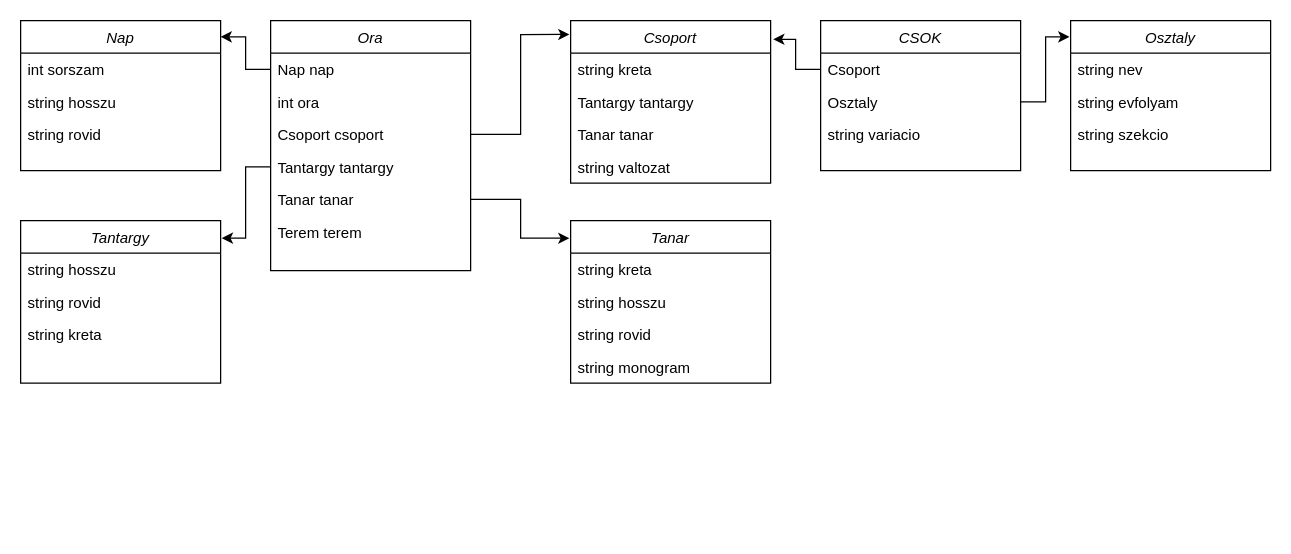
Earlier version of the draw.io diagram dbmodel.drawio (MolnAtt/szlgorarend). Source tidied: cells renumbered, new cells numbered last; positions are measured from the earlier drawing's top-left corner, leaving out a move shared by most shapes. Both pictures are drawn from the tidied source at 125%, with x=0, y=0 at pixel (20, 20).
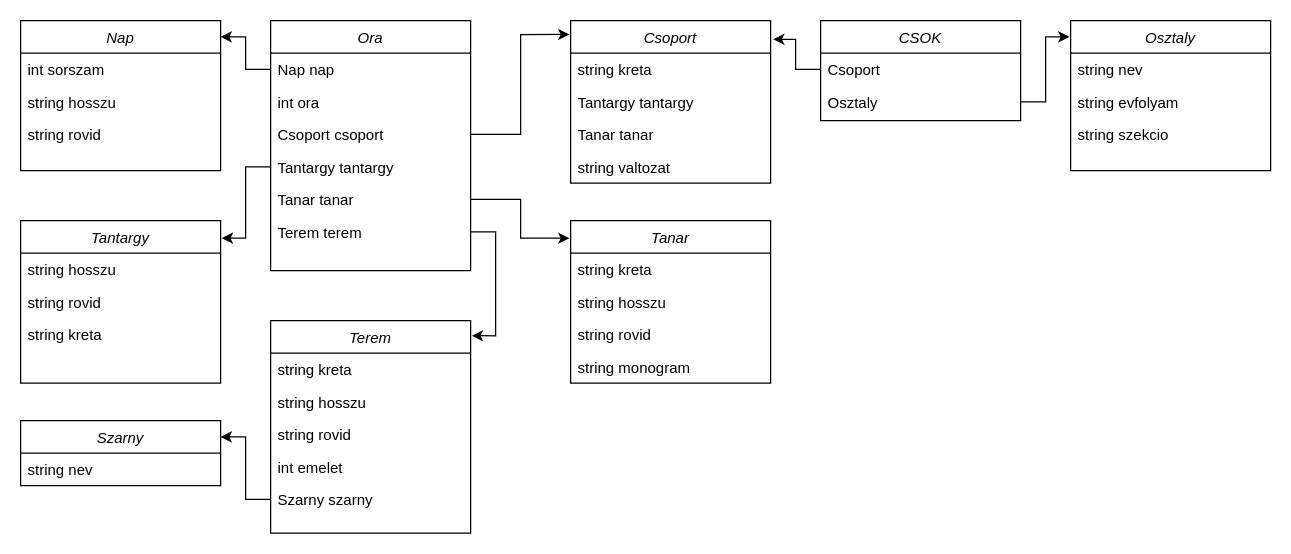
The same diagram, later.

Commit message:
terem és szarny

Unchanged cells that the change refers to:
```xml
<mxCell id="8" value="Terem terem&#10;" style="text;align=left;verticalAlign=top;spacingLeft=4;spacingRight=4;overflow=hidden;points=[[0,0.5],[1,0.5]];portConstraint=eastwest;rounded=0;shadow=0;html=0;" parent="2" vertex="1">
  <mxGeometry y="156" width="160" height="26" as="geometry" />
</mxCell>
```

Diff of the diagram source:
```diff
@@
     <mxCell id="34" value="CSOK" style="swimlane;fontStyle=2;align=center;verticalAlign=top;horizontal=1;startSize=26;rounded=0;shadow=0;strokeWidth=1;" parent="1" vertex="1">
-      <mxGeometry x="640" width="160" height="120" as="geometry" />
+      <mxGeometry x="640" width="160" height="80" as="geometry" />
     </mxCell>
@@
-    <mxCell id="37" value="string variacio" style="text;align=left;verticalAlign=top;spacingLeft=4;spacingRight=4;overflow=hidden;rounded=0;shadow=0;html=0;" parent="34" vertex="1">
-      <mxGeometry y="78" width="160" height="26" as="geometry" />
-    </mxCell>
@@
+    <mxCell id="41" value="Terem" style="swimlane;fontStyle=2;align=center;verticalAlign=top;horizontal=1;startSize=26;rounded=0;shadow=0;strokeWidth=1;" parent="1" vertex="1">
+      <mxGeometry x="200" y="240" width="160" height="170" as="geometry" />
+    </mxCell>
+    <mxCell id="42" value="string kreta" style="text;align=left;verticalAlign=top;spacingLeft=4;spacingRight=4;overflow=hidden;" parent="41" vertex="1">
+      <mxGeometry y="26" width="160" height="26" as="geometry" />
+    </mxCell>
+    <mxCell id="43" value="string hosszu" style="text;align=left;verticalAlign=top;spacingLeft=4;spacingRight=4;overflow=hidden;rounded=0;shadow=0;html=0;" parent="41" vertex="1">
+      <mxGeometry y="52" width="160" height="26" as="geometry" />
+    </mxCell>
+    <mxCell id="44" value="string rovid" style="text;align=left;verticalAlign=top;spacingLeft=4;spacingRight=4;overflow=hidden;rounded=0;shadow=0;html=0;" parent="41" vertex="1">
+      <mxGeometry y="78" width="160" height="26" as="geometry" />
+    </mxCell>
+    <mxCell id="45" value="int emelet" style="text;align=left;verticalAlign=top;spacingLeft=4;spacingRight=4;overflow=hidden;rounded=0;shadow=0;html=0;" parent="41" vertex="1">
+      <mxGeometry y="104" width="160" height="26" as="geometry" />
+    </mxCell>
+    <mxCell id="46" value="Szarny szarny" style="text;align=left;verticalAlign=top;spacingLeft=4;spacingRight=4;overflow=hidden;points=[[0,0.5],[1,0.5]];portConstraint=eastwest;rounded=0;shadow=0;html=0;" parent="41" vertex="1">
+      <mxGeometry y="130" width="160" height="26" as="geometry" />
+    </mxCell>
+    <mxCell id="47" value="Szarny" style="swimlane;fontStyle=2;align=center;verticalAlign=top;horizontal=1;startSize=26;rounded=0;shadow=0;strokeWidth=1;" parent="1" vertex="1">
+      <mxGeometry y="320" width="160" height="52" as="geometry" />
+    </mxCell>
+    <mxCell id="48" value="string nev" style="text;align=left;verticalAlign=top;spacingLeft=4;spacingRight=4;overflow=hidden;" parent="47" vertex="1">
+      <mxGeometry y="26" width="160" height="26" as="geometry" />
+    </mxCell>
+    <mxCell id="49" style="edgeStyle=orthogonalEdgeStyle;rounded=0;jettySize=auto;html=1;exitX=0;exitY=0.5;exitDx=0;exitDy=0;entryX=1;entryY=0.25;entryDx=0;entryDy=0;" parent="1" edge="1" source="46" target="47">
+      <mxGeometry relative="1" as="geometry" />
+    </mxCell>
+    <mxCell id="50" style="edgeStyle=orthogonalEdgeStyle;rounded=0;jettySize=auto;html=1;exitX=1;exitY=0.5;exitDx=0;exitDy=0;entryX=1.006;entryY=0.071;entryDx=0;entryDy=0;entryPerimeter=0;" parent="1" edge="1" source="8" target="41">
+      <mxGeometry relative="1" as="geometry" />
+    </mxCell>
```
